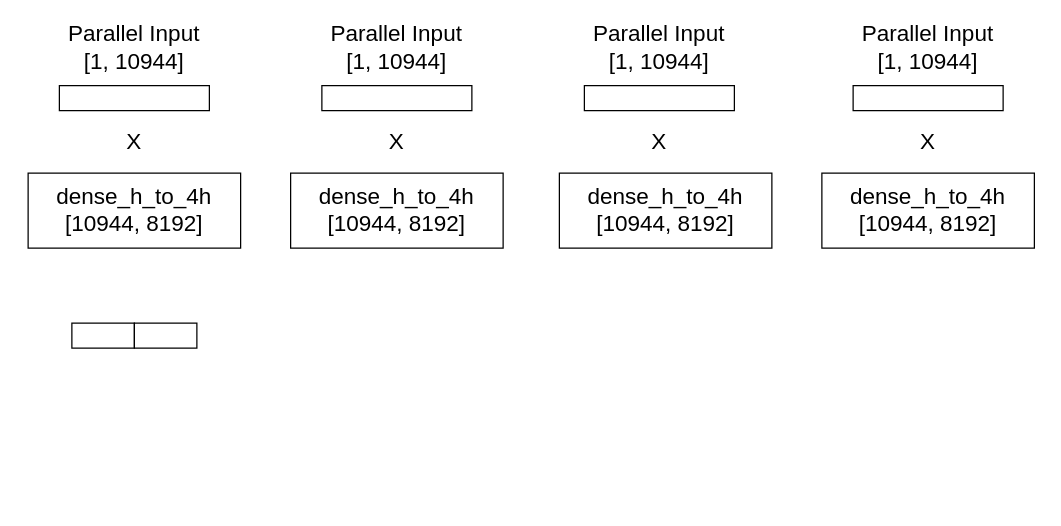
Earlier version of the draw.io diagram 未命名绘图.drawio (Orion34-lanbo/draw.io). Source tidied: cells renumbered, new cells numbered last; positions are measured from the earlier drawing's top-left corner, leaving out a move shared by most shapes. Both pictures are drawn from the tidied source at 125%, with x=0, y=0 at pixel (21, 35).
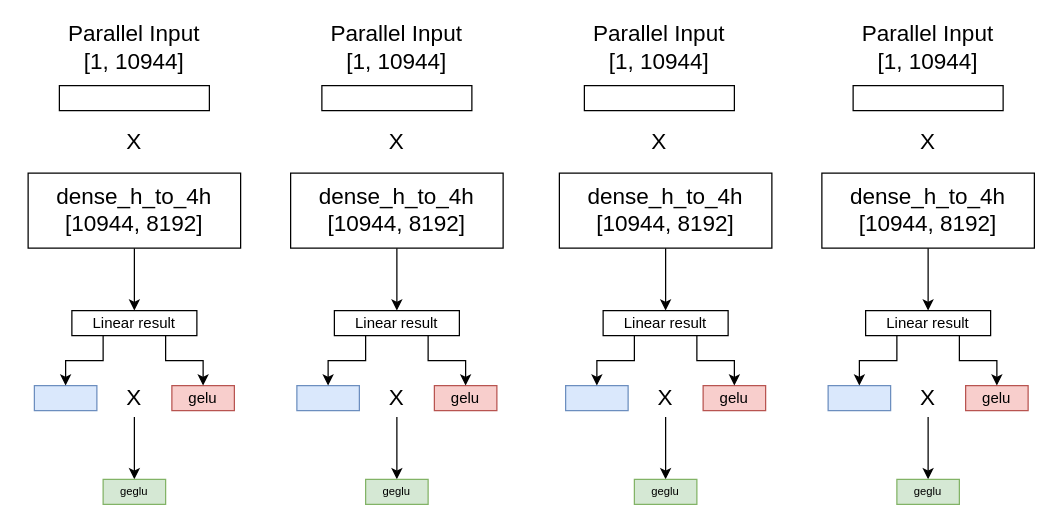
The same diagram, later.

Commit message:
update origin tp=4 geglu

Unchanged cells that the change refers to:
```xml
<mxCell id="2" value="&lt;font style=&quot;font-size: 18px;&quot;&gt;dense_h_to_4h&lt;br&gt;[10944, 8192]&lt;/font&gt;" style="rounded=0;whiteSpace=wrap;html=1;" parent="1" vertex="1">
  <mxGeometry x="5" y="110" width="170" height="60" as="geometry" />
</mxCell>
<mxCell id="14" value="&lt;font style=&quot;font-size: 18px;&quot;&gt;dense_h_to_4h&lt;br&gt;[10944, 8192]&lt;/font&gt;" style="rounded=0;whiteSpace=wrap;html=1;" parent="1" vertex="1">
  <mxGeometry x="215" y="110" width="170" height="60" as="geometry" />
</mxCell>
<mxCell id="15" value="&lt;font style=&quot;font-size: 18px;&quot;&gt;dense_h_to_4h&lt;br&gt;[10944, 8192]&lt;/font&gt;" style="rounded=0;whiteSpace=wrap;html=1;" parent="1" vertex="1">
  <mxGeometry x="430" y="110" width="170" height="60" as="geometry" />
</mxCell>
<mxCell id="16" value="&lt;font style=&quot;font-size: 18px;&quot;&gt;dense_h_to_4h&lt;br&gt;[10944, 8192]&lt;/font&gt;" style="rounded=0;whiteSpace=wrap;html=1;" parent="1" vertex="1">
  <mxGeometry x="640" y="110" width="170" height="60" as="geometry" />
</mxCell>
```

Change to the diagram source:
```diff
@@
+    <mxCell id="20" style="edgeStyle=orthogonalEdgeStyle;rounded=0;jettySize=auto;html=1;exitX=0.5;exitY=1;exitDx=0;exitDy=0;entryX=0.5;entryY=0;entryDx=0;entryDy=0;" parent="1" edge="1" source="2" target="26">
+      <mxGeometry relative="1" as="geometry" />
+    </mxCell>
@@
+    <mxCell id="21" style="edgeStyle=orthogonalEdgeStyle;rounded=0;jettySize=auto;html=1;exitX=0.5;exitY=1;exitDx=0;exitDy=0;entryX=0.5;entryY=0;entryDx=0;entryDy=0;" parent="1" edge="1" source="14" target="34">
+      <mxGeometry relative="1" as="geometry" />
+    </mxCell>
@@
+    <mxCell id="22" style="edgeStyle=orthogonalEdgeStyle;rounded=0;jettySize=auto;html=1;exitX=0.5;exitY=1;exitDx=0;exitDy=0;entryX=0.5;entryY=0;entryDx=0;entryDy=0;" parent="1" edge="1" source="15" target="42">
+      <mxGeometry relative="1" as="geometry" />
+    </mxCell>
@@
+    <mxCell id="23" style="edgeStyle=orthogonalEdgeStyle;rounded=0;jettySize=auto;html=1;exitX=0.5;exitY=1;exitDx=0;exitDy=0;entryX=0.5;entryY=0;entryDx=0;entryDy=0;" parent="1" edge="1" source="16" target="50">
+      <mxGeometry relative="1" as="geometry" />
+    </mxCell>
@@
-    <mxCell id="18" style="rounded=0;whiteSpace=wrap;html=1;" parent="1" vertex="1">
-      <mxGeometry x="40" y="230" width="50" height="20" as="geometry" />
+    <mxCell id="18" style="rounded=0;whiteSpace=wrap;html=1;fillColor=#dae8fc;strokeColor=#6c8ebf;" parent="1" vertex="1">
+      <mxGeometry x="10" y="280" width="50" height="20" as="geometry" />
     </mxCell>
-    <mxCell id="19" style="rounded=0;whiteSpace=wrap;html=1;" parent="1" vertex="1">
-      <mxGeometry x="90" y="230" width="50" height="20" as="geometry" />
+    <mxCell id="19" value="gelu" style="rounded=0;whiteSpace=wrap;html=1;fillColor=#f8cecc;strokeColor=#b85450;" parent="1" vertex="1">
+      <mxGeometry x="120" y="280" width="50" height="20" as="geometry" />
     </mxCell>
+    <mxCell id="24" style="edgeStyle=orthogonalEdgeStyle;rounded=0;jettySize=auto;html=1;exitX=0.25;exitY=1;exitDx=0;exitDy=0;" parent="1" edge="1" source="26" target="18">
+      <mxGeometry relative="1" as="geometry" />
+    </mxCell>
+    <mxCell id="25" style="edgeStyle=orthogonalEdgeStyle;rounded=0;jettySize=auto;html=1;exitX=0.75;exitY=1;exitDx=0;exitDy=0;entryX=0.5;entryY=0;entryDx=0;entryDy=0;" parent="1" edge="1" source="26" target="19">
+      <mxGeometry relative="1" as="geometry" />
+    </mxCell>
+    <mxCell id="26" value="Linear result" style="rounded=0;whiteSpace=wrap;html=1;" parent="1" vertex="1">
+      <mxGeometry x="40" y="220" width="100" height="20" as="geometry" />
+    </mxCell>
+    <mxCell id="27" style="edgeStyle=orthogonalEdgeStyle;rounded=0;jettySize=auto;html=1;exitX=0.5;exitY=1;exitDx=0;exitDy=0;entryX=0.5;entryY=0;entryDx=0;entryDy=0;" parent="1" edge="1" source="28" target="29">
+      <mxGeometry relative="1" as="geometry" />
+    </mxCell>
+    <mxCell id="28" value="X" style="text;html=1;strokeColor=none;fillColor=none;align=center;verticalAlign=middle;whiteSpace=wrap;rounded=0;fontSize=18;" parent="1" vertex="1">
+      <mxGeometry x="60" y="275" width="60" height="30" as="geometry" />
+    </mxCell>
+    <mxCell id="29" value="geglu" style="rounded=0;whiteSpace=wrap;html=1;fillColor=#d5e8d4;strokeColor=#82b366;fontSize=9;" parent="1" vertex="1">
+      <mxGeometry x="65" y="355" width="50" height="20" as="geometry" />
+    </mxCell>
+    <mxCell id="30" style="rounded=0;whiteSpace=wrap;html=1;fillColor=#dae8fc;strokeColor=#6c8ebf;" parent="1" vertex="1">
+      <mxGeometry x="220" y="280" width="50" height="20" as="geometry" />
+    </mxCell>
+    <mxCell id="31" value="gelu" style="rounded=0;whiteSpace=wrap;html=1;fillColor=#f8cecc;strokeColor=#b85450;" parent="1" vertex="1">
+      <mxGeometry x="330" y="280" width="50" height="20" as="geometry" />
+    </mxCell>
+    <mxCell id="32" style="edgeStyle=orthogonalEdgeStyle;rounded=0;jettySize=auto;html=1;exitX=0.25;exitY=1;exitDx=0;exitDy=0;" parent="1" edge="1" source="34" target="30">
+      <mxGeometry relative="1" as="geometry" />
+    </mxCell>
+    <mxCell id="33" style="edgeStyle=orthogonalEdgeStyle;rounded=0;jettySize=auto;html=1;exitX=0.75;exitY=1;exitDx=0;exitDy=0;entryX=0.5;entryY=0;entryDx=0;entryDy=0;" parent="1" edge="1" source="34" target="31">
+      <mxGeometry relative="1" as="geometry" />
+    </mxCell>
+    <mxCell id="34" value="Linear result" style="rounded=0;whiteSpace=wrap;html=1;" parent="1" vertex="1">
+      <mxGeometry x="250" y="220" width="100" height="20" as="geometry" />
+    </mxCell>
+    <mxCell id="35" style="edgeStyle=orthogonalEdgeStyle;rounded=0;jettySize=auto;html=1;exitX=0.5;exitY=1;exitDx=0;exitDy=0;entryX=0.5;entryY=0;entryDx=0;entryDy=0;" parent="1" edge="1" source="36" target="37">
+      <mxGeometry relative="1" as="geometry" />
+    </mxCell>
+    <mxCell id="36" value="X" style="text;html=1;strokeColor=none;fillColor=none;align=center;verticalAlign=middle;whiteSpace=wrap;rounded=0;fontSize=18;" parent="1" vertex="1">
+      <mxGeometry x="270" y="275" width="60" height="30" as="geometry" />
+    </mxCell>
+    <mxCell id="37" value="geglu" style="rounded=0;whiteSpace=wrap;html=1;fillColor=#d5e8d4;strokeColor=#82b366;fontSize=9;" parent="1" vertex="1">
+      <mxGeometry x="275" y="355" width="50" height="20" as="geometry" />
+    </mxCell>
+    <mxCell id="38" style="rounded=0;whiteSpace=wrap;html=1;fillColor=#dae8fc;strokeColor=#6c8ebf;" parent="1" vertex="1">
+      <mxGeometry x="435" y="280" width="50" height="20" as="geometry" />
+    </mxCell>
+    <mxCell id="39" value="gelu" style="rounded=0;whiteSpace=wrap;html=1;fillColor=#f8cecc;strokeColor=#b85450;" parent="1" vertex="1">
+      <mxGeometry x="545" y="280" width="50" height="20" as="geometry" />
+    </mxCell>
+    <mxCell id="40" style="edgeStyle=orthogonalEdgeStyle;rounded=0;jettySize=auto;html=1;exitX=0.25;exitY=1;exitDx=0;exitDy=0;" parent="1" edge="1" source="42" target="38">
+      <mxGeometry relative="1" as="geometry" />
+    </mxCell>
+    <mxCell id="41" style="edgeStyle=orthogonalEdgeStyle;rounded=0;jettySize=auto;html=1;exitX=0.75;exitY=1;exitDx=0;exitDy=0;entryX=0.5;entryY=0;entryDx=0;entryDy=0;" parent="1" edge="1" source="42" target="39">
+      <mxGeometry relative="1" as="geometry" />
+    </mxCell>
+    <mxCell id="42" value="Linear result" style="rounded=0;whiteSpace=wrap;html=1;" parent="1" vertex="1">
+      <mxGeometry x="465" y="220" width="100" height="20" as="geometry" />
+    </mxCell>
+    <mxCell id="43" style="edgeStyle=orthogonalEdgeStyle;rounded=0;jettySize=auto;html=1;exitX=0.5;exitY=1;exitDx=0;exitDy=0;entryX=0.5;entryY=0;entryDx=0;entryDy=0;" parent="1" edge="1" source="44" target="45">
+      <mxGeometry relative="1" as="geometry" />
+    </mxCell>
+    <mxCell id="44" value="X" style="text;html=1;strokeColor=none;fillColor=none;align=center;verticalAlign=middle;whiteSpace=wrap;rounded=0;fontSize=18;" parent="1" vertex="1">
+      <mxGeometry x="485" y="275" width="60" height="30" as="geometry" />
+    </mxCell>
+    <mxCell id="45" value="geglu" style="rounded=0;whiteSpace=wrap;html=1;fillColor=#d5e8d4;strokeColor=#82b366;fontSize=9;" parent="1" vertex="1">
+      <mxGeometry x="490" y="355" width="50" height="20" as="geometry" />
+    </mxCell>
+    <mxCell id="46" style="rounded=0;whiteSpace=wrap;html=1;fillColor=#dae8fc;strokeColor=#6c8ebf;" parent="1" vertex="1">
+      <mxGeometry x="645" y="280" width="50" height="20" as="geometry" />
+    </mxCell>
+    <mxCell id="47" value="gelu" style="rounded=0;whiteSpace=wrap;html=1;fillColor=#f8cecc;strokeColor=#b85450;" parent="1" vertex="1">
+      <mxGeometry x="755" y="280" width="50" height="20" as="geometry" />
+    </mxCell>
+    <mxCell id="48" style="edgeStyle=orthogonalEdgeStyle;rounded=0;jettySize=auto;html=1;exitX=0.25;exitY=1;exitDx=0;exitDy=0;" parent="1" edge="1" source="50" target="46">
+      <mxGeometry relative="1" as="geometry" />
+    </mxCell>
+    <mxCell id="49" style="edgeStyle=orthogonalEdgeStyle;rounded=0;jettySize=auto;html=1;exitX=0.75;exitY=1;exitDx=0;exitDy=0;entryX=0.5;entryY=0;entryDx=0;entryDy=0;" parent="1" edge="1" source="50" target="47">
+      <mxGeometry relative="1" as="geometry" />
+    </mxCell>
+    <mxCell id="50" value="Linear result" style="rounded=0;whiteSpace=wrap;html=1;" parent="1" vertex="1">
+      <mxGeometry x="675" y="220" width="100" height="20" as="geometry" />
+    </mxCell>
+    <mxCell id="51" style="edgeStyle=orthogonalEdgeStyle;rounded=0;jettySize=auto;html=1;exitX=0.5;exitY=1;exitDx=0;exitDy=0;entryX=0.5;entryY=0;entryDx=0;entryDy=0;" parent="1" edge="1" source="52" target="53">
+      <mxGeometry relative="1" as="geometry" />
+    </mxCell>
+    <mxCell id="52" value="X" style="text;html=1;strokeColor=none;fillColor=none;align=center;verticalAlign=middle;whiteSpace=wrap;rounded=0;fontSize=18;" parent="1" vertex="1">
+      <mxGeometry x="695" y="275" width="60" height="30" as="geometry" />
+    </mxCell>
+    <mxCell id="53" value="geglu" style="rounded=0;whiteSpace=wrap;html=1;fillColor=#d5e8d4;strokeColor=#82b366;fontSize=9;" parent="1" vertex="1">
+      <mxGeometry x="700" y="355" width="50" height="20" as="geometry" />
+    </mxCell>
```
